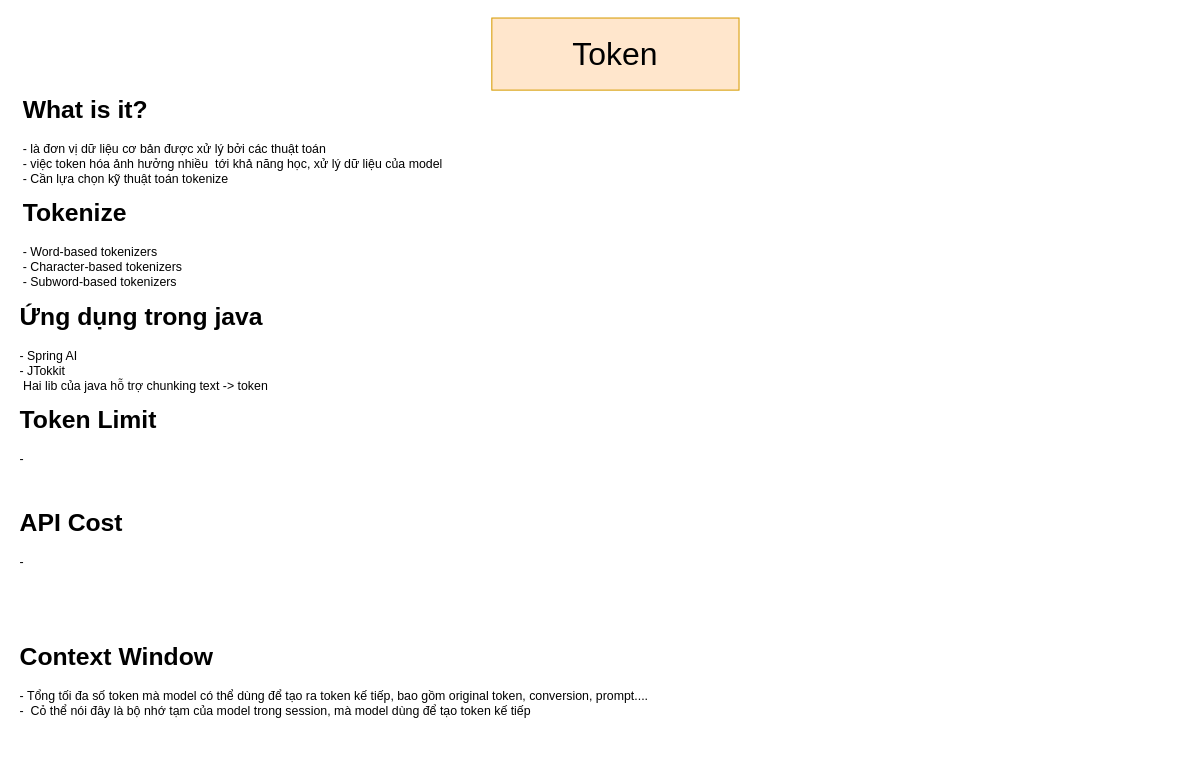
Before: page "Token" (3 of 6) of ai_backend_engineering.drawio in newbie220792/genai-rag-llm, a draw.io diagram. Source tidied: cells renumbered, new cells numbered last; positions are measured from the earlier drawing's top-left corner, leaving out a move shared by most shapes. Both pictures are drawn from the tidied source at 103%, with x=0, y=0 at pixel (18, 18).
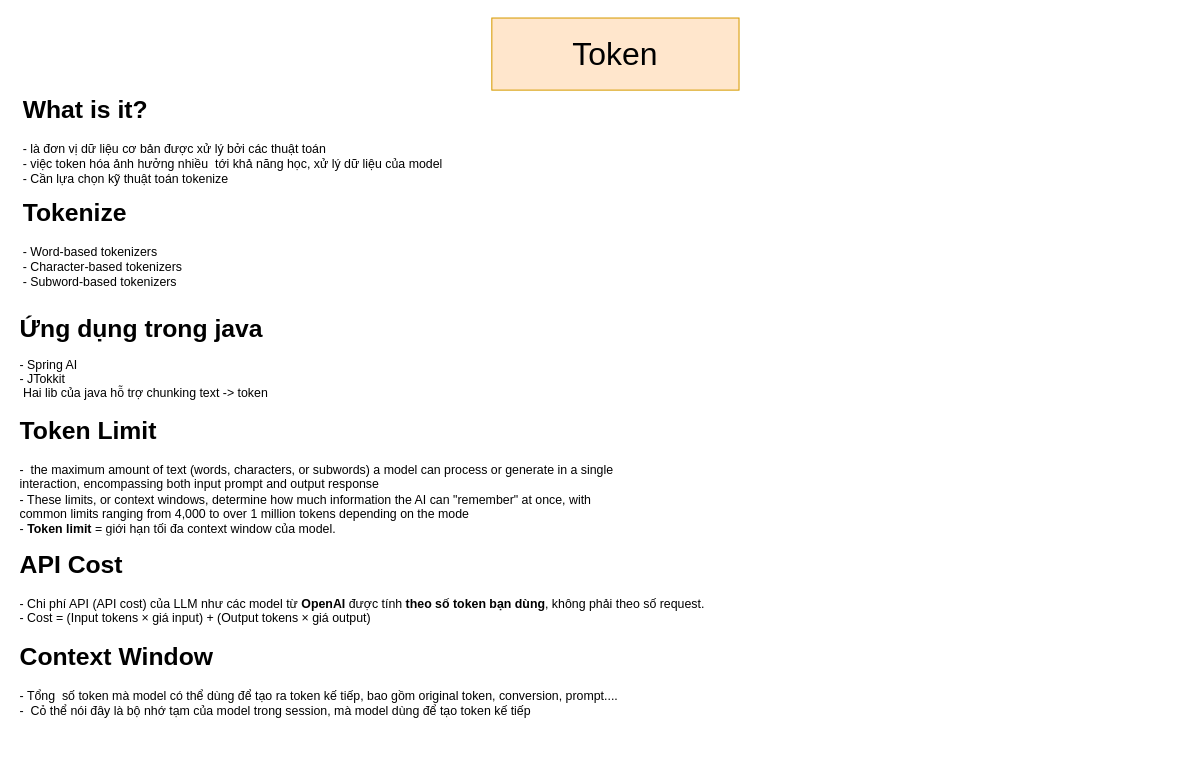
Above is the later version.

Change to the diagram source:
```diff
@@
 <mxGraphModel>
   <root>
     <mxCell id="0" />
     <mxCell id="1" parent="0" />
     <mxCell id="2" value="Token" style="text;html=1;strokeColor=#d79b00;fillColor=#ffe6cc;align=center;verticalAlign=middle;whiteSpace=wrap;rounded=0;fontSize=31;" parent="1" vertex="1">
       <mxGeometry x="460" width="240" height="70" as="geometry" />
     </mxCell>
     <mxCell id="3" value="&lt;h1&gt;What is it?&lt;/h1&gt;- là đơn vị dữ liệu cơ bản được xử lý bởi các thuật toán&lt;br&gt;- việc token hóa ảnh hưởng nhiều&amp;nbsp; tới khả năng học, xử lý dữ liệu của model&lt;div&gt;- Cần lựa chọn kỹ thuật toán tokenize&lt;/div&gt;" style="text;html=1;strokeColor=none;fillColor=none;spacing=5;spacingTop=-20;whiteSpace=wrap;overflow=hidden;rounded=0;" parent="1" vertex="1">
       <mxGeometry y="70" width="1130" height="100" as="geometry" />
     </mxCell>
     <mxCell id="4" value="&lt;h1&gt;Tokenize&lt;/h1&gt;&lt;div&gt;- Word-based tokenizers&lt;/div&gt;&lt;div&gt;- Character-based tokenizers&lt;/div&gt;&lt;div&gt;- Subword-based tokenizers&lt;/div&gt;" style="text;html=1;strokeColor=none;fillColor=none;spacing=5;spacingTop=-20;whiteSpace=wrap;overflow=hidden;rounded=0;" parent="1" vertex="1">
       <mxGeometry y="170" width="580" height="100" as="geometry" />
     </mxCell>
-    <mxCell id="5" value="&lt;h1 style=&quot;margin-top: 0px;&quot;&gt;Ứng dụng trong java&lt;/h1&gt;&lt;div&gt;- Spring AI&lt;/div&gt;&lt;div&gt;- JTokkit&lt;/div&gt;&lt;div&gt;&amp;nbsp;Hai lib của java hỗ trợ chunking text -&amp;gt; token&lt;/div&gt;" style="text;html=1;whiteSpace=wrap;overflow=hidden;rounded=0;" parent="1" vertex="1">
+    <mxCell id="5" value="&lt;p style=&quot;line-height: 100%;&quot;&gt;&lt;/p&gt;&lt;h1 style=&quot;margin-top: 0px; line-height: 110%;&quot;&gt;Ứng dụng trong java&lt;/h1&gt;&lt;div style=&quot;line-height: 110%;&quot;&gt;- Spring AI&lt;/div&gt;&lt;div style=&quot;line-height: 110%;&quot;&gt;- JTokkit&lt;/div&gt;&lt;div style=&quot;line-height: 110%;&quot;&gt;&amp;nbsp;Hai lib của java hỗ trợ chunking text -&amp;gt; token&lt;/div&gt;&lt;p&gt;&lt;/p&gt;" style="text;html=1;whiteSpace=wrap;overflow=hidden;rounded=0;" parent="1" vertex="1">
       <mxGeometry y="270" width="540" height="110" as="geometry" />
     </mxCell>
-    <mxCell id="6" value="&lt;h1 style=&quot;margin-top: 0px;&quot;&gt;Token Limit&lt;/h1&gt;&lt;div&gt;-&amp;nbsp;&lt;/div&gt;" style="text;html=1;whiteSpace=wrap;overflow=hidden;rounded=0;" parent="1" vertex="1">
-      <mxGeometry y="370" width="600" height="120" as="geometry" />
+    <mxCell id="6" value="&lt;h1 style=&quot;margin-top: 0px;&quot;&gt;Token Limit&lt;/h1&gt;-&amp;nbsp; the maximum amount of text (words, characters, or subwords) a model can process or generate in a single interaction, encompassing both input prompt and output response&lt;br&gt;-&amp;nbsp;These limits, or context windows, determine how much information the AI can &quot;remember&quot; at once, with common limits ranging from 4,000 to over 1 million tokens depending on the mode&lt;br&gt;-&amp;nbsp;&lt;strong&gt;Token limit&lt;/strong&gt; = giới hạn tối đa context window của model." style="text;html=1;whiteSpace=wrap;overflow=hidden;rounded=0;" parent="1" vertex="1">
+      <mxGeometry y="380" width="600" height="120" as="geometry" />
     </mxCell>
-    <mxCell id="7" value="&lt;h1 style=&quot;margin-top: 0px;&quot;&gt;API Cost&lt;/h1&gt;&lt;div&gt;-&amp;nbsp;&lt;/div&gt;" style="text;html=1;whiteSpace=wrap;overflow=hidden;rounded=0;" parent="1" vertex="1">
-      <mxGeometry y="470" width="920" height="120" as="geometry" />
+    <mxCell id="7" value="&lt;h1 style=&quot;margin-top: 0px;&quot;&gt;API Cost&lt;/h1&gt;- Chi phí API (API cost) của LLM như các model từ &lt;strong&gt;OpenAI&lt;/strong&gt; được tính &lt;strong&gt;theo số token bạn dùng&lt;/strong&gt;, không phải theo số request.&lt;div&gt;-&amp;nbsp;Cost = (Input tokens × giá input) + (Output tokens × giá output)&lt;/div&gt;" style="text;html=1;whiteSpace=wrap;overflow=hidden;rounded=0;" parent="1" vertex="1">
+      <mxGeometry y="510" width="920" height="120" as="geometry" />
     </mxCell>
-    <mxCell id="8" value="&lt;h1 style=&quot;margin-top: 0px;&quot;&gt;Context Window&lt;/h1&gt;&lt;div&gt;- Tổng tối đa số token mà model có thể dùng để tạo ra token kế tiếp, bao gồm original token, conversion, prompt....&lt;/div&gt;&lt;div&gt;-&amp;nbsp; Cỏ thể nói đây là bộ nhớ tạm của model trong session, mà model dùng để tạo token kế tiếp&lt;/div&gt;" style="text;html=1;whiteSpace=wrap;overflow=hidden;rounded=0;" parent="1" vertex="1">
+    <mxCell id="8" value="&lt;h1 style=&quot;margin-top: 0px;&quot;&gt;Context Window&lt;/h1&gt;&lt;div&gt;- Tổng&amp;nbsp; số token mà model có thể dùng để tạo ra token kế tiếp, bao gồm original token, conversion, prompt....&lt;/div&gt;&lt;div&gt;-&amp;nbsp; Cỏ thể nói đây là bộ nhớ tạm của model trong session, mà model dùng để tạo token kế tiếp&lt;/div&gt;" style="text;html=1;whiteSpace=wrap;overflow=hidden;rounded=0;" parent="1" vertex="1">
       <mxGeometry y="600" width="900" height="120" as="geometry" />
     </mxCell>
   </root>
 </mxGraphModel>
```
